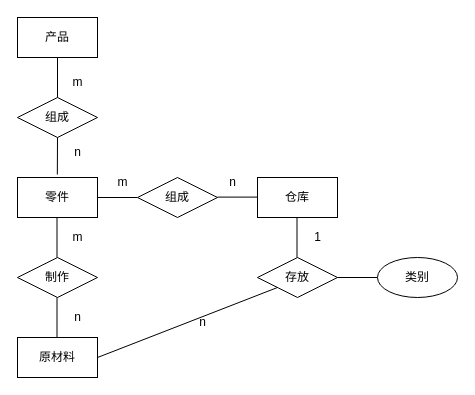
The draw.io diagram draw/DB-hw5-2.drawio in zhiyuan5986/draw_io, before the edit. Source tidied: cells renumbered, new cells numbered last; positions are measured from the earlier drawing's top-left corner, leaving out a move shared by most shapes. Both pictures are drawn from the tidied source at 100%, with x=0, y=0 at pixel (17, 17).
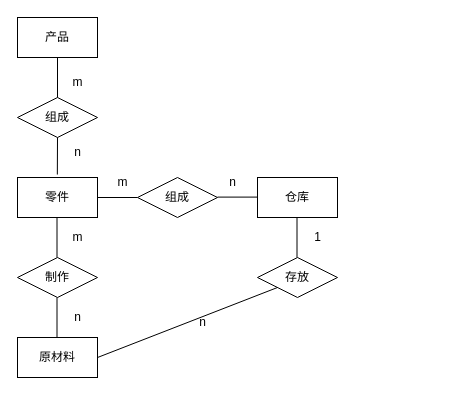
The same diagram, later.

The edit, as a diff of the source:
```diff
@@
-    <mxCell id="21" style="endArrow=none;html=1;rounded=0;" parent="1" edge="1">
-      <mxGeometry relative="1" as="geometry">
-        <mxPoint x="320" y="260" as="sourcePoint" />
-        <mxPoint x="360" y="260" as="targetPoint" />
-      </mxGeometry>
-    </mxCell>
-    <mxCell id="22" value="类别" style="ellipse;whiteSpace=wrap;html=1;" parent="1" vertex="1">
-      <mxGeometry x="360" y="240" width="80" height="40" as="geometry" />
-    </mxCell>
```
